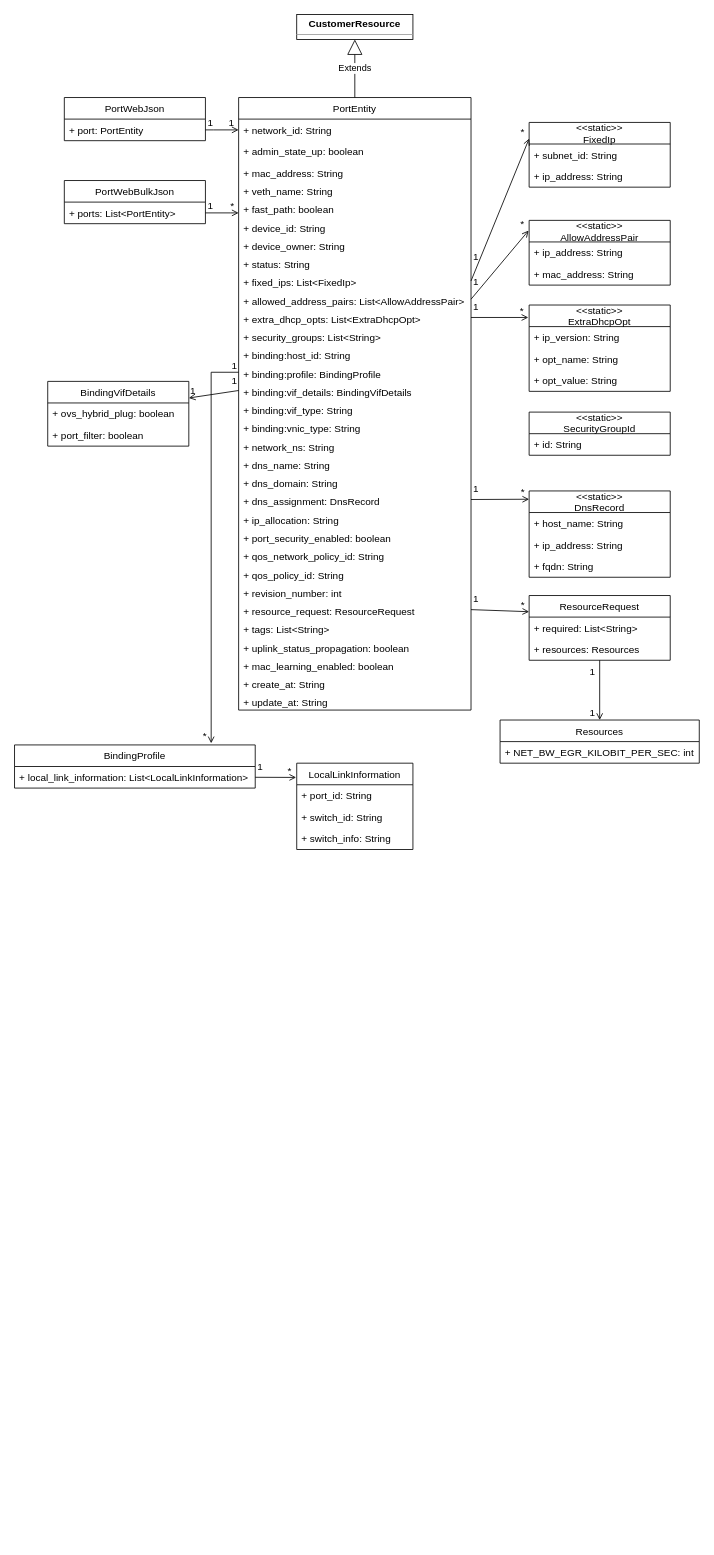
The draw.io diagram port.drawio in cj-chung/diagrams, before the edit. Source tidied: cells renumbered, new cells numbered last; positions are measured from the earlier drawing's top-left corner, leaving out a move shared by most shapes. Both pictures are drawn from the tidied source at 83%, with x=0, y=0 at pixel (14, 14).
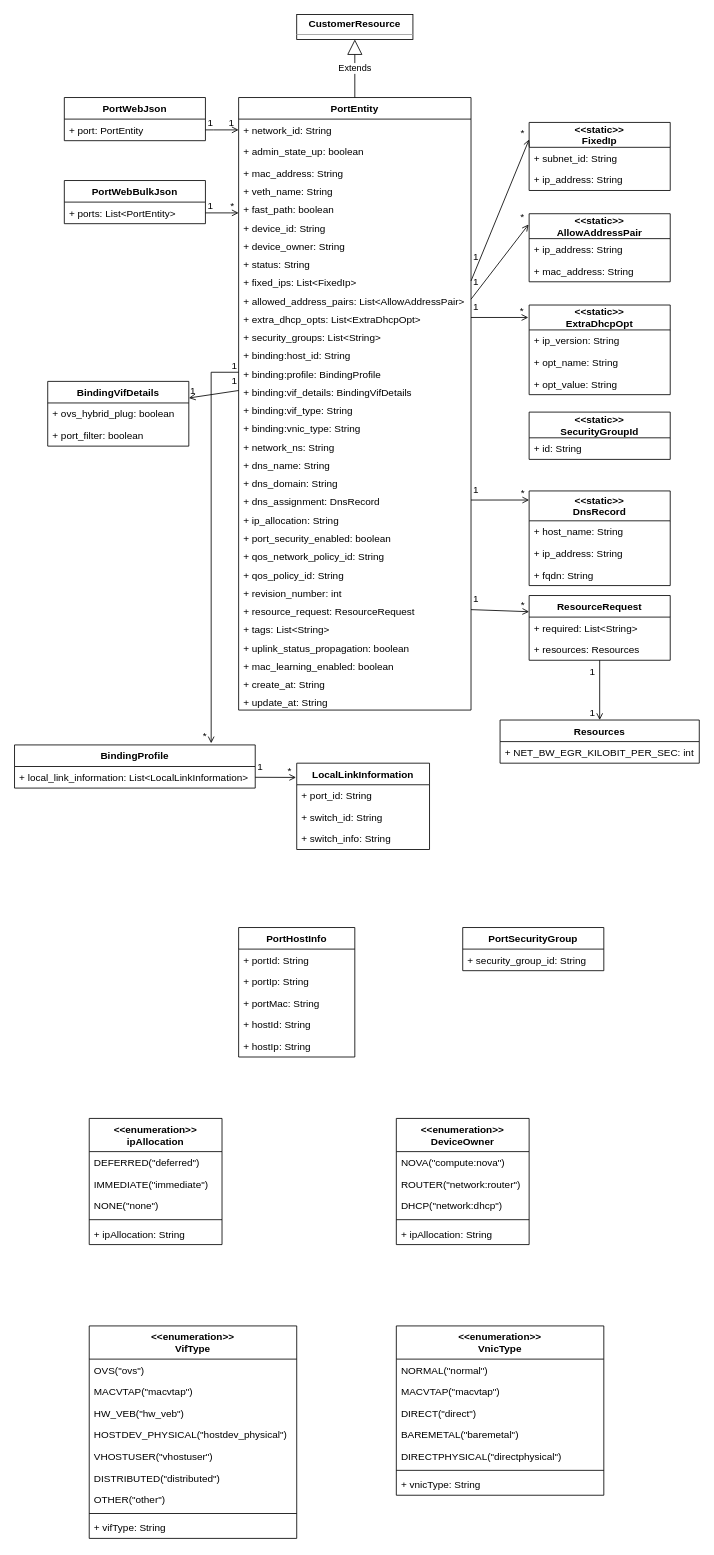
Above is the later version.

The edit, as a diff of the source:
```diff
@@
-    <mxCell id="2" value="PortEntity" style="swimlane;fontStyle=0;horizontal=1;startSize=26;fillColor=none;" parent="1" vertex="1">
+    <mxCell id="2" value="PortEntity" style="swimlane;fontStyle=1;horizontal=1;startSize=26;fillColor=none;" parent="1" vertex="1">
       <mxGeometry x="270" y="100" width="280" height="738" as="geometry" />
     </mxCell>
@@
-    <mxCell id="36" value="PortWebJson" style="swimlane;fontStyle=0;horizontal=1;startSize=26;fillColor=none;" parent="1" vertex="1">
+    <mxCell id="36" value="PortWebJson" style="swimlane;fontStyle=1;horizontal=1;startSize=26;fillColor=none;" parent="1" vertex="1">
       <mxGeometry x="60" y="100" width="170" height="52" as="geometry" />
     </mxCell>
@@
-    <mxCell id="42" value="PortWebBulkJson" style="swimlane;fontStyle=0;horizontal=1;startSize=26;fillColor=none;" parent="1" vertex="1">
+    <mxCell id="42" value="PortWebBulkJson" style="swimlane;fontStyle=1;horizontal=1;startSize=26;fillColor=none;" parent="1" vertex="1">
       <mxGeometry x="60" y="200" width="170" height="52" as="geometry" />
     </mxCell>
@@
-    <mxCell id="47" value="&lt;&lt;static&gt;&gt;&#10;FixedIp" style="swimlane;fontStyle=0;horizontal=1;startSize=26;fillColor=none;" parent="1" vertex="1">
-      <mxGeometry x="620" y="130" width="170" height="78" as="geometry" />
+    <mxCell id="47" value="&lt;&lt;static&gt;&gt;&#10;FixedIp" style="swimlane;fontStyle=1;horizontal=1;startSize=30;fillColor=none;" parent="1" vertex="1">
+      <mxGeometry x="620" y="130" width="170" height="82" as="geometry" />
     </mxCell>
     <mxCell id="48" value="+ subnet_id: String" style="text;strokeColor=none;fillColor=none;align=left;verticalAlign=top;spacingLeft=4;spacingRight=4;overflow=hidden;" parent="47" vertex="1">
-      <mxGeometry y="26" width="170" height="26" as="geometry" />
+      <mxGeometry y="30" width="170" height="26" as="geometry" />
     </mxCell>
     <mxCell id="49" value="+ ip_address: String" style="text;strokeColor=none;fillColor=none;align=left;verticalAlign=top;spacingLeft=4;spacingRight=4;overflow=hidden;" parent="47" vertex="1">
-      <mxGeometry y="52" width="170" height="26" as="geometry" />
+      <mxGeometry y="56" width="170" height="26" as="geometry" />
     </mxCell>
-    <mxCell id="50" value="&lt;&lt;static&gt;&gt;&#10;AllowAddressPair" style="swimlane;fontStyle=0;horizontal=1;startSize=26;fillColor=none;" parent="1" vertex="1">
-      <mxGeometry x="620" y="248" width="170" height="78" as="geometry" />
+    <mxCell id="50" value="&lt;&lt;static&gt;&gt;&#10;AllowAddressPair" style="swimlane;fontStyle=1;horizontal=1;startSize=30;fillColor=none;" parent="1" vertex="1">
+      <mxGeometry x="620" y="240" width="170" height="82" as="geometry" />
     </mxCell>
     <mxCell id="51" value="+ ip_address: String" style="text;strokeColor=none;fillColor=none;align=left;verticalAlign=top;spacingLeft=4;spacingRight=4;overflow=hidden;" parent="50" vertex="1">
-      <mxGeometry y="26" width="170" height="26" as="geometry" />
+      <mxGeometry y="30" width="170" height="26" as="geometry" />
     </mxCell>
     <mxCell id="52" value="+ mac_address: String" style="text;strokeColor=none;fillColor=none;align=left;verticalAlign=top;spacingLeft=4;spacingRight=4;overflow=hidden;" parent="50" vertex="1">
-      <mxGeometry y="52" width="170" height="26" as="geometry" />
+      <mxGeometry y="56" width="170" height="26" as="geometry" />
     </mxCell>
-    <mxCell id="53" value="&lt;&lt;static&gt;&gt;&#10;ExtraDhcpOpt" style="swimlane;fontStyle=0;horizontal=1;startSize=26;fillColor=none;" parent="1" vertex="1">
-      <mxGeometry x="620" y="350" width="170" height="104" as="geometry" />
+    <mxCell id="53" value="&lt;&lt;static&gt;&gt;&#10;ExtraDhcpOpt" style="swimlane;fontStyle=1;horizontal=1;startSize=30;fillColor=none;" parent="1" vertex="1">
+      <mxGeometry x="620" y="350" width="170" height="108" as="geometry" />
     </mxCell>
     <mxCell id="54" value="+ ip_version: String" style="text;strokeColor=none;fillColor=none;align=left;verticalAlign=top;spacingLeft=4;spacingRight=4;overflow=hidden;" parent="53" vertex="1">
-      <mxGeometry y="26" width="170" height="26" as="geometry" />
+      <mxGeometry y="30" width="170" height="26" as="geometry" />
     </mxCell>
     <mxCell id="55" value="+ opt_name: String" style="text;strokeColor=none;fillColor=none;align=left;verticalAlign=top;spacingLeft=4;spacingRight=4;overflow=hidden;" parent="53" vertex="1">
-      <mxGeometry y="52" width="170" height="26" as="geometry" />
+      <mxGeometry y="56" width="170" height="26" as="geometry" />
     </mxCell>
     <mxCell id="56" value="+ opt_value: String" style="text;strokeColor=none;fillColor=none;align=left;verticalAlign=top;spacingLeft=4;spacingRight=4;overflow=hidden;" parent="53" vertex="1">
-      <mxGeometry y="78" width="170" height="26" as="geometry" />
+      <mxGeometry y="82" width="170" height="26" as="geometry" />
     </mxCell>
-    <mxCell id="57" value="&lt;&lt;static&gt;&gt;&#10;SecurityGroupId" style="swimlane;fontStyle=0;horizontal=1;startSize=26;fillColor=none;" parent="1" vertex="1">
-      <mxGeometry x="620" y="479" width="170" height="52" as="geometry" />
+    <mxCell id="57" value="&lt;&lt;static&gt;&gt;&#10;SecurityGroupId" style="swimlane;fontStyle=1;horizontal=1;startSize=31;fillColor=none;" parent="1" vertex="1">
+      <mxGeometry x="620" y="479" width="170" height="57" as="geometry" />
     </mxCell>
     <mxCell id="58" value="+ id: String" style="text;strokeColor=none;fillColor=none;align=left;verticalAlign=top;spacingLeft=4;spacingRight=4;overflow=hidden;" parent="57" vertex="1">
-      <mxGeometry y="26" width="170" height="26" as="geometry" />
+      <mxGeometry y="31" width="170" height="26" as="geometry" />
     </mxCell>
-    <mxCell id="59" value="&lt;&lt;static&gt;&gt;&#10;DnsRecord" style="swimlane;fontStyle=0;horizontal=1;startSize=26;fillColor=none;" parent="1" vertex="1">
-      <mxGeometry x="620" y="574" width="170" height="104" as="geometry" />
+    <mxCell id="59" value="&lt;&lt;static&gt;&gt;&#10;DnsRecord" style="swimlane;fontStyle=1;horizontal=1;startSize=36;fillColor=none;" parent="1" vertex="1">
+      <mxGeometry x="620" y="574" width="170" height="114" as="geometry" />
     </mxCell>
     <mxCell id="60" value="+ host_name: String" style="text;strokeColor=none;fillColor=none;align=left;verticalAlign=top;spacingLeft=4;spacingRight=4;overflow=hidden;" parent="59" vertex="1">
-      <mxGeometry y="26" width="170" height="26" as="geometry" />
+      <mxGeometry y="36" width="170" height="26" as="geometry" />
     </mxCell>
     <mxCell id="61" value="+ ip_address: String" style="text;strokeColor=none;fillColor=none;align=left;verticalAlign=top;spacingLeft=4;spacingRight=4;overflow=hidden;" parent="59" vertex="1">
-      <mxGeometry y="52" width="170" height="26" as="geometry" />
+      <mxGeometry y="62" width="170" height="26" as="geometry" />
     </mxCell>
     <mxCell id="62" value="+ fqdn: String" style="text;strokeColor=none;fillColor=none;align=left;verticalAlign=top;spacingLeft=4;spacingRight=4;overflow=hidden;" parent="59" vertex="1">
-      <mxGeometry y="78" width="170" height="26" as="geometry" />
+      <mxGeometry y="88" width="170" height="26" as="geometry" />
     </mxCell>
-    <mxCell id="63" value="BindingProfile" style="swimlane;fontStyle=0;horizontal=1;startSize=26;fillColor=none;" parent="1" vertex="1">
+    <mxCell id="63" value="BindingProfile" style="swimlane;fontStyle=1;horizontal=1;startSize=26;fillColor=none;" parent="1" vertex="1">
       <mxGeometry y="880" width="290" height="52" as="geometry" />
     </mxCell>
@@
-    <mxCell id="65" value="LocalLinkInformation" style="swimlane;fontStyle=0;horizontal=1;startSize=26;fillColor=none;" parent="1" vertex="1">
-      <mxGeometry x="340" y="902" width="140" height="104" as="geometry" />
+    <mxCell id="65" value="LocalLinkInformation" style="swimlane;fontStyle=1;horizontal=1;startSize=26;fillColor=none;" parent="1" vertex="1">
+      <mxGeometry x="340" y="902" width="160" height="104" as="geometry" />
     </mxCell>
     <mxCell id="66" value="+ port_id: String" style="text;strokeColor=none;fillColor=none;align=left;verticalAlign=top;spacingLeft=4;spacingRight=4;overflow=hidden;" parent="65" vertex="1">
-      <mxGeometry y="26" width="140" height="26" as="geometry" />
+      <mxGeometry y="26" width="160" height="26" as="geometry" />
     </mxCell>
     <mxCell id="67" value="+ switch_id: String" style="text;strokeColor=none;fillColor=none;align=left;verticalAlign=top;spacingLeft=4;spacingRight=4;overflow=hidden;" parent="65" vertex="1">
-      <mxGeometry y="52" width="140" height="26" as="geometry" />
+      <mxGeometry y="52" width="160" height="26" as="geometry" />
     </mxCell>
     <mxCell id="68" value="+ switch_info: String" style="text;strokeColor=none;fillColor=none;align=left;verticalAlign=top;spacingLeft=4;spacingRight=4;overflow=hidden;" parent="65" vertex="1">
-      <mxGeometry y="78" width="140" height="26" as="geometry" />
+      <mxGeometry y="78" width="160" height="26" as="geometry" />
     </mxCell>
-    <mxCell id="69" value="BindingVifDetails" style="swimlane;fontStyle=0;horizontal=1;startSize=26;fillColor=none;" parent="1" vertex="1">
+    <mxCell id="69" value="BindingVifDetails" style="swimlane;fontStyle=1;horizontal=1;startSize=26;fillColor=none;" parent="1" vertex="1">
       <mxGeometry x="40" y="442" width="170" height="78" as="geometry" />
     </mxCell>
@@
-    <mxCell id="84" value="ResourceRequest" style="swimlane;fontStyle=0;horizontal=1;startSize=26;fillColor=none;" parent="1" vertex="1">
+    <mxCell id="84" value="ResourceRequest" style="swimlane;fontStyle=1;horizontal=1;startSize=26;fillColor=none;" parent="1" vertex="1">
       <mxGeometry x="620" y="700" width="170" height="78" as="geometry" />
     </mxCell>
@@
-    <mxCell id="90" value="Resources" style="swimlane;fontStyle=0;horizontal=1;startSize=26;fillColor=none;" parent="1" vertex="1">
+    <mxCell id="90" value="Resources" style="swimlane;fontStyle=1;horizontal=1;startSize=26;fillColor=none;" parent="1" vertex="1">
       <mxGeometry x="585" y="850" width="240" height="52" as="geometry" />
     </mxCell>
@@
+    <mxCell id="105" value="PortHostInfo" style="swimlane;fontStyle=1;horizontal=1;startSize=26;fillColor=none;" parent="1" vertex="1">
+      <mxGeometry x="270" y="1100" width="140" height="156" as="geometry" />
+    </mxCell>
+    <mxCell id="106" value="+ portId: String" style="text;strokeColor=none;fillColor=none;align=left;verticalAlign=top;spacingLeft=4;spacingRight=4;overflow=hidden;" parent="105" vertex="1">
+      <mxGeometry y="26" width="140" height="26" as="geometry" />
+    </mxCell>
+    <mxCell id="107" value="+ portIp: String" style="text;strokeColor=none;fillColor=none;align=left;verticalAlign=top;spacingLeft=4;spacingRight=4;overflow=hidden;" parent="105" vertex="1">
+      <mxGeometry y="52" width="140" height="26" as="geometry" />
+    </mxCell>
+    <mxCell id="108" value="+ portMac: String" style="text;strokeColor=none;fillColor=none;align=left;verticalAlign=top;spacingLeft=4;spacingRight=4;overflow=hidden;" parent="105" vertex="1">
+      <mxGeometry y="78" width="140" height="26" as="geometry" />
+    </mxCell>
+    <mxCell id="109" value="+ hostId: String" style="text;strokeColor=none;fillColor=none;align=left;verticalAlign=top;spacingLeft=4;spacingRight=4;overflow=hidden;" parent="105" vertex="1">
+      <mxGeometry y="104" width="140" height="26" as="geometry" />
+    </mxCell>
+    <mxCell id="110" value="+ hostIp: String" style="text;strokeColor=none;fillColor=none;align=left;verticalAlign=top;spacingLeft=4;spacingRight=4;overflow=hidden;" parent="105" vertex="1">
+      <mxGeometry y="130" width="140" height="26" as="geometry" />
+    </mxCell>
+    <mxCell id="111" value="PortSecurityGroup" style="swimlane;fontStyle=1;horizontal=1;startSize=26;fillColor=none;" parent="1" vertex="1">
+      <mxGeometry x="540" y="1100" width="170" height="52" as="geometry" />
+    </mxCell>
+    <mxCell id="112" value="+ security_group_id: String" style="text;strokeColor=none;fillColor=none;align=left;verticalAlign=top;spacingLeft=4;spacingRight=4;overflow=hidden;" parent="111" vertex="1">
+      <mxGeometry y="26" width="170" height="26" as="geometry" />
+    </mxCell>
+    <mxCell id="113" value="&lt;&lt;enumeration&gt;&gt;&#10;ipAllocation" style="swimlane;fontStyle=1;align=center;verticalAlign=top;horizontal=1;startSize=40;" parent="1" vertex="1">
+      <mxGeometry x="90" y="1330" width="160" height="152" as="geometry" />
+    </mxCell>
+    <mxCell id="114" value="DEFERRED(&quot;deferred&quot;)" style="text;strokeColor=none;fillColor=none;align=left;verticalAlign=top;spacingLeft=4;spacingRight=4;overflow=hidden;" parent="113" vertex="1">
+      <mxGeometry y="40" width="160" height="26" as="geometry" />
+    </mxCell>
+    <mxCell id="115" value="IMMEDIATE(&quot;immediate&quot;)" style="text;strokeColor=none;fillColor=none;align=left;verticalAlign=top;spacingLeft=4;spacingRight=4;overflow=hidden;" parent="113" vertex="1">
+      <mxGeometry y="66" width="160" height="26" as="geometry" />
+    </mxCell>
+    <mxCell id="116" value="NONE(&quot;none&quot;)" style="text;strokeColor=none;fillColor=none;align=left;verticalAlign=top;spacingLeft=4;spacingRight=4;overflow=hidden;" parent="113" vertex="1">
+      <mxGeometry y="92" width="160" height="26" as="geometry" />
+    </mxCell>
+    <mxCell id="117" style="line;strokeWidth=1;fillColor=none;align=left;verticalAlign=middle;spacingTop=-1;spacingLeft=3;spacingRight=3;labelPosition=right;" parent="113" vertex="1">
+      <mxGeometry y="118" width="160" height="8" as="geometry" />
+    </mxCell>
+    <mxCell id="118" value="+ ipAllocation: String" style="text;strokeColor=none;fillColor=none;align=left;verticalAlign=top;spacingLeft=4;spacingRight=4;overflow=hidden;" parent="113" vertex="1">
+      <mxGeometry y="126" width="160" height="26" as="geometry" />
+    </mxCell>
+    <mxCell id="119" value="&lt;&lt;enumeration&gt;&gt;&#10;DeviceOwner" style="swimlane;fontStyle=1;align=center;verticalAlign=top;horizontal=1;startSize=40;" parent="1" vertex="1">
+      <mxGeometry x="460" y="1330" width="160" height="152" as="geometry" />
+    </mxCell>
+    <mxCell id="120" value="NOVA(&quot;compute:nova&quot;)" style="text;strokeColor=none;fillColor=none;align=left;verticalAlign=top;spacingLeft=4;spacingRight=4;overflow=hidden;" parent="119" vertex="1">
+      <mxGeometry y="40" width="160" height="26" as="geometry" />
+    </mxCell>
+    <mxCell id="121" value="ROUTER(&quot;network:router&quot;)" style="text;strokeColor=none;fillColor=none;align=left;verticalAlign=top;spacingLeft=4;spacingRight=4;overflow=hidden;" parent="119" vertex="1">
+      <mxGeometry y="66" width="160" height="26" as="geometry" />
+    </mxCell>
+    <mxCell id="122" value="DHCP(&quot;network:dhcp&quot;)" style="text;strokeColor=none;fillColor=none;align=left;verticalAlign=top;spacingLeft=4;spacingRight=4;overflow=hidden;" parent="119" vertex="1">
+      <mxGeometry y="92" width="160" height="26" as="geometry" />
+    </mxCell>
+    <mxCell id="123" style="line;strokeWidth=1;fillColor=none;align=left;verticalAlign=middle;spacingTop=-1;spacingLeft=3;spacingRight=3;labelPosition=right;" parent="119" vertex="1">
+      <mxGeometry y="118" width="160" height="8" as="geometry" />
+    </mxCell>
+    <mxCell id="124" value="+ ipAllocation: String" style="text;strokeColor=none;fillColor=none;align=left;verticalAlign=top;spacingLeft=4;spacingRight=4;overflow=hidden;" parent="119" vertex="1">
+      <mxGeometry y="126" width="160" height="26" as="geometry" />
+    </mxCell>
+    <mxCell id="125" value="&lt;&lt;enumeration&gt;&gt;&#10;VifType" style="swimlane;fontStyle=1;align=center;verticalAlign=top;horizontal=1;startSize=40;" parent="1" vertex="1">
+      <mxGeometry x="90" y="1580" width="250" height="256" as="geometry" />
+    </mxCell>
+    <mxCell id="126" value="OVS(&quot;ovs&quot;)" style="text;strokeColor=none;fillColor=none;align=left;verticalAlign=top;spacingLeft=4;spacingRight=4;overflow=hidden;" parent="125" vertex="1">
+      <mxGeometry y="40" width="250" height="26" as="geometry" />
+    </mxCell>
+    <mxCell id="127" value="MACVTAP(&quot;macvtap&quot;)" style="text;strokeColor=none;fillColor=none;align=left;verticalAlign=top;spacingLeft=4;spacingRight=4;overflow=hidden;" parent="125" vertex="1">
+      <mxGeometry y="66" width="250" height="26" as="geometry" />
+    </mxCell>
+    <mxCell id="128" value="HW_VEB(&quot;hw_veb&quot;)" style="text;strokeColor=none;fillColor=none;align=left;verticalAlign=top;spacingLeft=4;spacingRight=4;overflow=hidden;" parent="125" vertex="1">
+      <mxGeometry y="92" width="250" height="26" as="geometry" />
+    </mxCell>
+    <mxCell id="129" value="HOSTDEV_PHYSICAL(&quot;hostdev_physical&quot;)" style="text;strokeColor=none;fillColor=none;align=left;verticalAlign=top;spacingLeft=4;spacingRight=4;overflow=hidden;" parent="125" vertex="1">
+      <mxGeometry y="118" width="250" height="26" as="geometry" />
+    </mxCell>
+    <mxCell id="130" value="VHOSTUSER(&quot;vhostuser&quot;)" style="text;strokeColor=none;fillColor=none;align=left;verticalAlign=top;spacingLeft=4;spacingRight=4;overflow=hidden;" parent="125" vertex="1">
+      <mxGeometry y="144" width="250" height="26" as="geometry" />
+    </mxCell>
+    <mxCell id="131" value="DISTRIBUTED(&quot;distributed&quot;)" style="text;strokeColor=none;fillColor=none;align=left;verticalAlign=top;spacingLeft=4;spacingRight=4;overflow=hidden;" parent="125" vertex="1">
+      <mxGeometry y="170" width="250" height="26" as="geometry" />
+    </mxCell>
+    <mxCell id="132" value="OTHER(&quot;other&quot;)" style="text;strokeColor=none;fillColor=none;align=left;verticalAlign=top;spacingLeft=4;spacingRight=4;overflow=hidden;" parent="125" vertex="1">
+      <mxGeometry y="196" width="250" height="26" as="geometry" />
+    </mxCell>
+    <mxCell id="133" style="line;strokeWidth=1;fillColor=none;align=left;verticalAlign=middle;spacingTop=-1;spacingLeft=3;spacingRight=3;labelPosition=right;" parent="125" vertex="1">
+      <mxGeometry y="222" width="250" height="8" as="geometry" />
+    </mxCell>
+    <mxCell id="134" value="+ vifType: String" style="text;strokeColor=none;fillColor=none;align=left;verticalAlign=top;spacingLeft=4;spacingRight=4;overflow=hidden;" parent="125" vertex="1">
+      <mxGeometry y="230" width="250" height="26" as="geometry" />
+    </mxCell>
+    <mxCell id="135" value="&lt;&lt;enumeration&gt;&gt;&#10;VnicType" style="swimlane;fontStyle=1;align=center;verticalAlign=top;horizontal=1;startSize=40;" parent="1" vertex="1">
+      <mxGeometry x="460" y="1580" width="250" height="204" as="geometry" />
+    </mxCell>
+    <mxCell id="136" value="NORMAL(&quot;normal&quot;)" style="text;strokeColor=none;fillColor=none;align=left;verticalAlign=top;spacingLeft=4;spacingRight=4;overflow=hidden;" parent="135" vertex="1">
+      <mxGeometry y="40" width="250" height="26" as="geometry" />
+    </mxCell>
+    <mxCell id="137" value="MACVTAP(&quot;macvtap&quot;)" style="text;strokeColor=none;fillColor=none;align=left;verticalAlign=top;spacingLeft=4;spacingRight=4;overflow=hidden;" parent="135" vertex="1">
+      <mxGeometry y="66" width="250" height="26" as="geometry" />
+    </mxCell>
+    <mxCell id="138" value="DIRECT(&quot;direct&quot;)" style="text;strokeColor=none;fillColor=none;align=left;verticalAlign=top;spacingLeft=4;spacingRight=4;overflow=hidden;" parent="135" vertex="1">
+      <mxGeometry y="92" width="250" height="26" as="geometry" />
+    </mxCell>
+    <mxCell id="139" value="BAREMETAL(&quot;baremetal&quot;)" style="text;strokeColor=none;fillColor=none;align=left;verticalAlign=top;spacingLeft=4;spacingRight=4;overflow=hidden;" parent="135" vertex="1">
+      <mxGeometry y="118" width="250" height="26" as="geometry" />
+    </mxCell>
+    <mxCell id="140" value="DIRECTPHYSICAL(&quot;directphysical&quot;)" style="text;strokeColor=none;fillColor=none;align=left;verticalAlign=top;spacingLeft=4;spacingRight=4;overflow=hidden;" parent="135" vertex="1">
+      <mxGeometry y="144" width="250" height="26" as="geometry" />
+    </mxCell>
+    <mxCell id="141" style="line;strokeWidth=1;fillColor=none;align=left;verticalAlign=middle;spacingTop=-1;spacingLeft=3;spacingRight=3;labelPosition=right;" parent="135" vertex="1">
+      <mxGeometry y="170" width="250" height="8" as="geometry" />
+    </mxCell>
+    <mxCell id="142" value="+ vnicType: String" style="text;strokeColor=none;fillColor=none;align=left;verticalAlign=top;spacingLeft=4;spacingRight=4;overflow=hidden;" parent="135" vertex="1">
+      <mxGeometry y="178" width="250" height="26" as="geometry" />
+    </mxCell>
```
